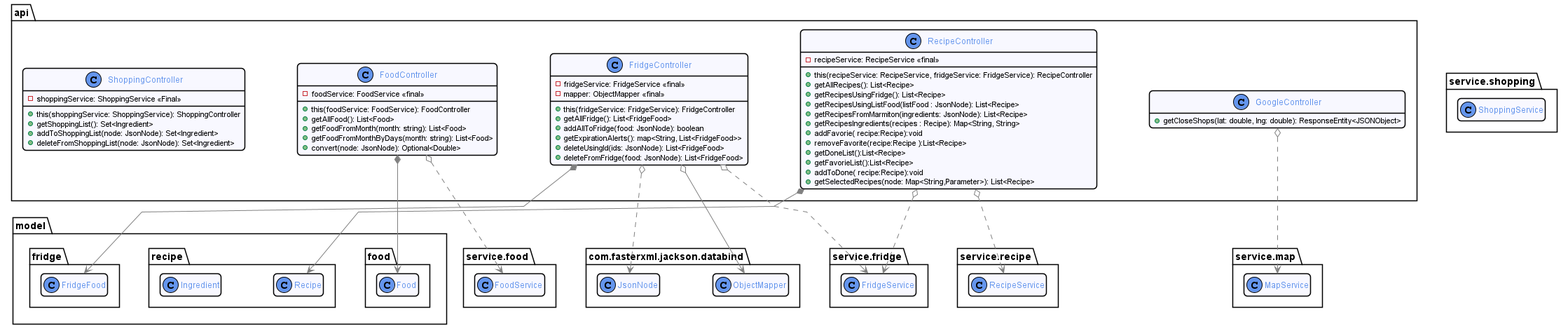
Above: docs/diagram/out/api.png in romainvacheret/wadge-backend (PlantUML), before the change.
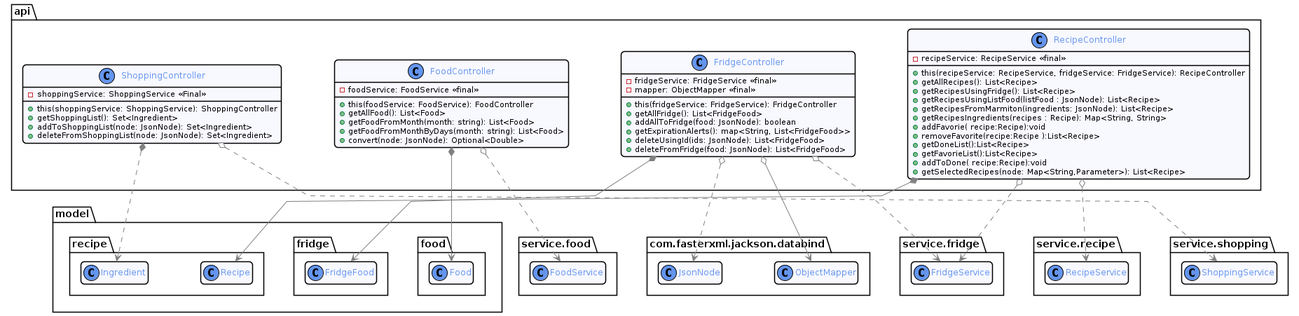
Later version of the same file.

What changed in the source:
```diff
@@ -16,10 +16,6 @@
     }
 }
 
-package service.map {
-    class MapService {}
-}
-
 package com.fasterxml.jackson.databind {
     class ObjectMapper {}
     class JsonNode {}
@@ -36,6 +32,7 @@
 package service.recipe {
     class RecipeService {}
 }
+
 package service.shopping{
     class ShoppingService{}
 }
@@ -78,9 +75,6 @@
 
     }
 
-    class GoogleController {
-        + getCloseShops(lat: double, lng: double): ResponseEntity<JSONObject>
-    }
     class ShoppingController{
         - shoppingService: ShoppingService <<Final>>
         + this(shoppingService: ShoppingService): ShoppingController
@@ -90,8 +84,6 @@
 
     }
 }
-
-GoogleController o..> MapService
 
 FoodController *--> Food
 FoodController o..> FoodService
@@ -105,4 +97,6 @@
 RecipeController o..> RecipeService
 RecipeController o..> FridgeService
 
+ShoppingController o..> ShoppingService
+ShoppingController *..> Ingredient
 @enduml
```
